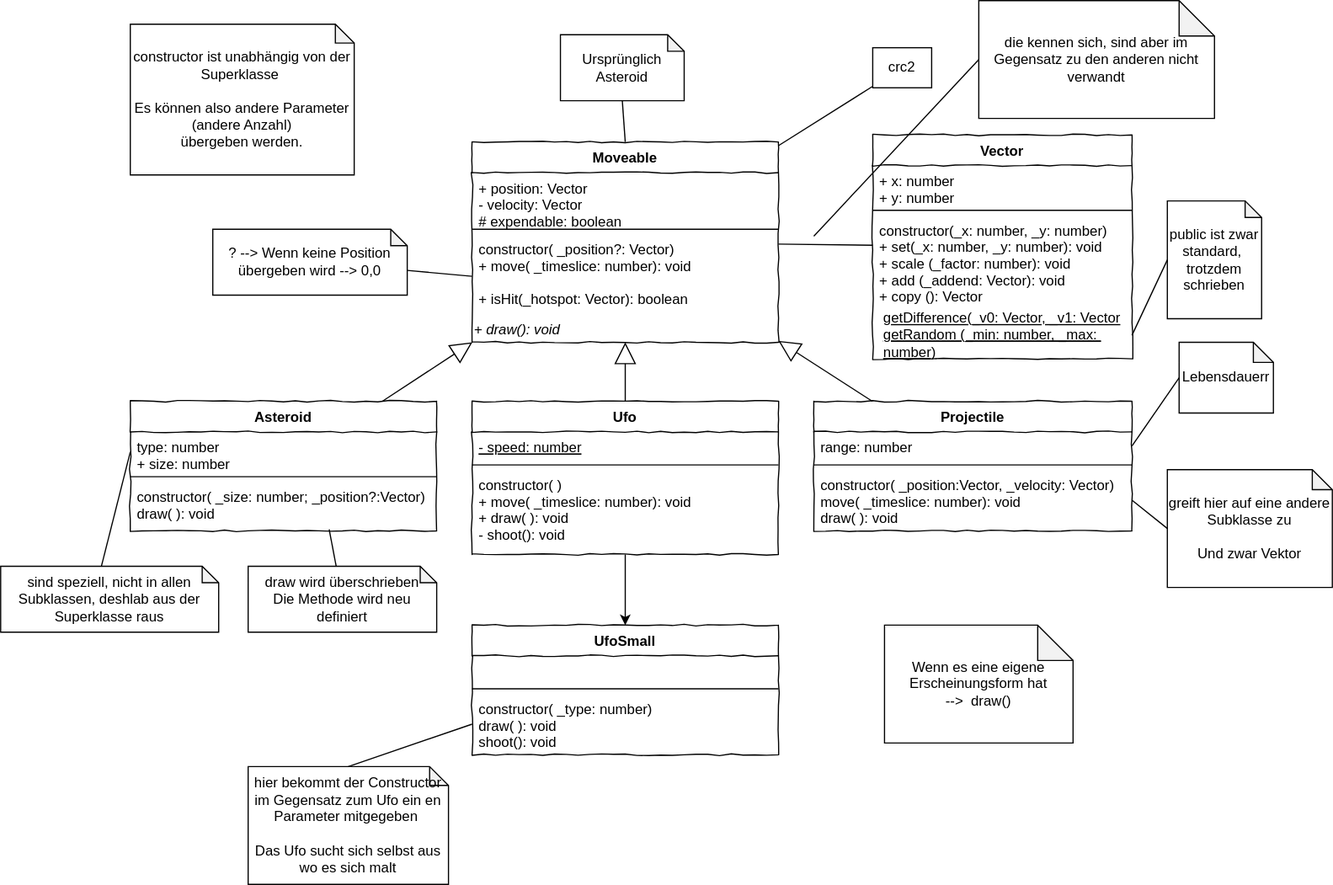
stinglmo/EIA2_SoSe21 keeps this draw.io diagram as Tests zu den Lektionen/L11_Advanced/Material/draw.io/Asteroids_ClassDiagram-2.svg. Above is the earlier version. Source tidied: cells renumbered, new cells last; positions are measured from the earlier drawing's top-left corner, leaving out a move shared by most shapes. The source it was exported from:
```xml
<mxGraphModel>
  <root>
    <mxCell id="0" />
    <mxCell id="1" parent="0" />
    <mxCell id="2" style="rounded=0;jettySize=auto;html=1;endArrow=none;endFill=0;" parent="1" edge="1" source="4" target="9">
      <mxGeometry relative="1" as="geometry" />
    </mxCell>
    <mxCell id="3" style="edgeStyle=none;rounded=0;jettySize=auto;html=1;endArrow=none;endFill=0;" parent="1" edge="1" source="4" target="14">
      <mxGeometry relative="1" as="geometry" />
    </mxCell>
    <mxCell id="4" value="Moveable" style="swimlane;fontStyle=1;align=center;verticalAlign=top;horizontal=1;startSize=26;rounded=0;shadow=0;comic=1;strokeWidth=1;" parent="1" vertex="1">
      <mxGeometry x="400" y="120" width="260" height="170" as="geometry" />
    </mxCell>
    <mxCell id="5" value="+ position: Vector&#10;- velocity: Vector&#10;# expendable: boolean" style="text;strokeColor=none;fillColor=none;align=left;verticalAlign=top;spacingLeft=4;spacingRight=4;overflow=hidden;" parent="4" vertex="1">
      <mxGeometry y="26" width="260" height="44" as="geometry" />
    </mxCell>
    <mxCell id="6" style="line;strokeWidth=1;fillColor=none;align=left;verticalAlign=middle;spacingTop=-1;spacingLeft=3;spacingRight=3;labelPosition=right;" parent="4" vertex="1">
      <mxGeometry y="70" width="260" height="8" as="geometry" />
    </mxCell>
    <mxCell id="7" value="constructor( _position?: Vector)&#10;+ move( _timeslice: number): void&#10;&#10;+ isHit(_hotspot: Vector): boolean" style="text;strokeColor=none;fillColor=none;align=left;verticalAlign=top;spacingLeft=4;spacingRight=4;overflow=hidden;points=[[0,0.5],[1,0.5]];portConstraint=eastwest;" parent="4" vertex="1">
      <mxGeometry y="78" width="260" height="72" as="geometry" />
    </mxCell>
    <mxCell id="8" value="&lt;i&gt;+ draw(): void&lt;/i&gt;" style="text;html=1;strokeColor=none;fillColor=none;align=left;verticalAlign=middle;whiteSpace=wrap;rounded=0;" parent="4" vertex="1">
      <mxGeometry y="150" width="260" height="20" as="geometry" />
    </mxCell>
    <mxCell id="9" value="Vector" style="swimlane;fontStyle=1;align=center;verticalAlign=top;horizontal=1;startSize=26;rounded=0;shadow=0;comic=1;strokeWidth=1;" parent="1" vertex="1">
      <mxGeometry x="740" y="114" width="220" height="190" as="geometry" />
    </mxCell>
    <mxCell id="10" value="+ x: number&#10;+ y: number" style="text;strokeColor=none;fillColor=none;align=left;verticalAlign=top;spacingLeft=4;spacingRight=4;overflow=hidden;" parent="9" vertex="1">
      <mxGeometry y="26" width="220" height="34" as="geometry" />
    </mxCell>
    <mxCell id="11" style="line;strokeWidth=1;fillColor=none;align=left;verticalAlign=middle;spacingTop=-1;spacingLeft=3;spacingRight=3;labelPosition=right;" parent="9" vertex="1">
      <mxGeometry y="60" width="220" height="8" as="geometry" />
    </mxCell>
    <mxCell id="12" value="constructor(_x: number, _y: number)&#10;+ set(_x: number, _y: number): void&#10;+ scale (_factor: number): void&#10;+ add (_addend: Vector): void&#10;+ copy (): Vector&#10;" style="text;strokeColor=none;fillColor=none;align=left;verticalAlign=top;spacingLeft=4;spacingRight=4;overflow=hidden;" parent="9" vertex="1">
      <mxGeometry y="68" width="220" height="82" as="geometry" />
    </mxCell>
    <mxCell id="13" value="&lt;div style=&quot;text-align: left&quot;&gt;&lt;u&gt;getDifference(_v0: Vector, _v1: Vector&lt;/u&gt;&lt;/div&gt;&lt;u&gt;&lt;div style=&quot;text-align: left&quot;&gt;&lt;u&gt;getRandom (_min: number, _max:&amp;nbsp;&lt;/u&gt;&lt;/div&gt;&lt;span&gt;&lt;div style=&quot;text-align: left&quot;&gt;&lt;u&gt;number)&lt;/u&gt;&lt;/div&gt;&lt;/span&gt;&lt;/u&gt;" style="text;html=1;strokeColor=none;fillColor=none;align=center;verticalAlign=middle;whiteSpace=wrap;rounded=0;" parent="9" vertex="1">
      <mxGeometry y="150" width="220" height="40" as="geometry" />
    </mxCell>
    <mxCell id="14" value="crc2" style="rounded=0;whiteSpace=wrap;html=1;" parent="1" vertex="1">
      <mxGeometry x="740" y="40" width="50" height="34" as="geometry" />
    </mxCell>
    <mxCell id="15" value="Asteroid" style="swimlane;fontStyle=1;align=center;verticalAlign=top;horizontal=1;startSize=26;rounded=0;shadow=0;comic=1;strokeWidth=1;" parent="1" vertex="1">
      <mxGeometry x="110" y="340" width="260" height="110" as="geometry" />
    </mxCell>
    <mxCell id="16" value="type: number&#10;+ size: number" style="text;strokeColor=none;fillColor=none;align=left;verticalAlign=top;spacingLeft=4;spacingRight=4;overflow=hidden;points=[[0,0.5],[1,0.5]];portConstraint=eastwest;" parent="15" vertex="1">
      <mxGeometry y="26" width="260" height="34" as="geometry" />
    </mxCell>
    <mxCell id="17" style="line;strokeWidth=1;fillColor=none;align=left;verticalAlign=middle;spacingTop=-1;spacingLeft=3;spacingRight=3;labelPosition=right;" parent="15" vertex="1">
      <mxGeometry y="60" width="260" height="8" as="geometry" />
    </mxCell>
    <mxCell id="18" value="constructor( _size: number; _position?:Vector)&#10;draw( ): void" style="text;strokeColor=none;fillColor=none;align=left;verticalAlign=top;spacingLeft=4;spacingRight=4;overflow=hidden;points=[[0,0.5],[1,0.5]];portConstraint=eastwest;" parent="15" vertex="1">
      <mxGeometry y="68" width="260" height="42" as="geometry" />
    </mxCell>
    <mxCell id="19" style="endArrow=block;endSize=16;endFill=0;html=1;" parent="1" edge="1" source="15" target="4">
      <mxGeometry relative="1" as="geometry" />
    </mxCell>
    <mxCell id="20" style="edgeStyle=orthogonalEdgeStyle;rounded=0;jettySize=auto;html=1;" parent="1" edge="1" source="21" target="25">
      <mxGeometry relative="1" as="geometry" />
    </mxCell>
    <mxCell id="21" value="Ufo" style="swimlane;fontStyle=1;align=center;verticalAlign=top;horizontal=1;startSize=26;rounded=0;shadow=0;comic=1;strokeWidth=1;" parent="1" vertex="1">
      <mxGeometry x="400" y="340" width="260" height="130" as="geometry" />
    </mxCell>
    <mxCell id="22" value="- speed: number" style="text;strokeColor=none;fillColor=none;align=left;verticalAlign=top;spacingLeft=4;spacingRight=4;overflow=hidden;fontStyle=4;" parent="21" vertex="1">
      <mxGeometry y="26" width="260" height="24" as="geometry" />
    </mxCell>
    <mxCell id="23" style="line;strokeWidth=1;fillColor=none;align=left;verticalAlign=middle;spacingTop=-1;spacingLeft=3;spacingRight=3;labelPosition=right;" parent="21" vertex="1">
      <mxGeometry y="50" width="260" height="8" as="geometry" />
    </mxCell>
    <mxCell id="24" value="constructor( )&#10;+ move( _timeslice: number): void&#10;+ draw( ): void&#10;- shoot(): void" style="text;strokeColor=none;fillColor=none;align=left;verticalAlign=top;spacingLeft=4;spacingRight=4;overflow=hidden;" parent="21" vertex="1">
      <mxGeometry y="58" width="260" height="72" as="geometry" />
    </mxCell>
    <mxCell id="25" value="UfoSmall" style="swimlane;fontStyle=1;align=center;verticalAlign=top;horizontal=1;startSize=26;rounded=0;shadow=0;comic=1;strokeWidth=1;" parent="1" vertex="1">
      <mxGeometry x="400" y="530" width="260" height="110" as="geometry" />
    </mxCell>
    <mxCell id="26" value=" " style="text;strokeColor=none;fillColor=none;align=left;verticalAlign=top;spacingLeft=4;spacingRight=4;overflow=hidden;" parent="25" vertex="1">
      <mxGeometry y="26" width="260" height="24" as="geometry" />
    </mxCell>
    <mxCell id="27" style="line;strokeWidth=1;fillColor=none;align=left;verticalAlign=middle;spacingTop=-1;spacingLeft=3;spacingRight=3;labelPosition=right;" parent="25" vertex="1">
      <mxGeometry y="50" width="260" height="8" as="geometry" />
    </mxCell>
    <mxCell id="28" value="constructor( _type: number)&#10;draw( ): void&#10;shoot(): void" style="text;strokeColor=none;fillColor=none;align=left;verticalAlign=top;spacingLeft=4;spacingRight=4;overflow=hidden;points=[[0,0.5],[1,0.5]];portConstraint=eastwest;" parent="25" vertex="1">
      <mxGeometry y="58" width="260" height="52" as="geometry" />
    </mxCell>
    <mxCell id="29" style="endArrow=block;endSize=16;endFill=0;html=1;" parent="1" edge="1" source="21" target="4">
      <mxGeometry relative="1" as="geometry" />
    </mxCell>
    <mxCell id="30" value="Projectile" style="swimlane;fontStyle=1;align=center;verticalAlign=top;horizontal=1;startSize=26;rounded=0;shadow=0;comic=1;strokeWidth=1;" parent="1" vertex="1">
      <mxGeometry x="690" y="340" width="270" height="110" as="geometry" />
    </mxCell>
    <mxCell id="31" value="range: number " style="text;strokeColor=none;fillColor=none;align=left;verticalAlign=top;spacingLeft=4;spacingRight=4;overflow=hidden;points=[[0,0.5],[1,0.5]];portConstraint=eastwest;" parent="30" vertex="1">
      <mxGeometry y="26" width="270" height="24" as="geometry" />
    </mxCell>
    <mxCell id="32" style="line;strokeWidth=1;fillColor=none;align=left;verticalAlign=middle;spacingTop=-1;spacingLeft=3;spacingRight=3;labelPosition=right;" parent="30" vertex="1">
      <mxGeometry y="50" width="270" height="8" as="geometry" />
    </mxCell>
    <mxCell id="33" value="constructor( _position:Vector, _velocity: Vector)&#10;move( _timeslice: number): void&#10;draw( ): void" style="text;strokeColor=none;fillColor=none;align=left;verticalAlign=top;spacingLeft=4;spacingRight=4;overflow=hidden;points=[[0,0.5],[1,0.5]];portConstraint=eastwest;" parent="30" vertex="1">
      <mxGeometry y="58" width="270" height="52" as="geometry" />
    </mxCell>
    <mxCell id="34" style="endArrow=block;endSize=16;endFill=0;html=1;" parent="1" edge="1" source="30" target="4">
      <mxGeometry relative="1" as="geometry" />
    </mxCell>
    <mxCell id="35" value="Ursprünglich&lt;br&gt;Asteroid" style="shape=note;whiteSpace=wrap;html=1;backgroundOutline=1;darkOpacity=0.05;size=14;" parent="1" vertex="1">
      <mxGeometry x="475" y="29" width="105" height="56" as="geometry" />
    </mxCell>
    <mxCell id="36" style="endArrow=none;html=1;entryX=0.5;entryY=1;entryDx=0;entryDy=0;entryPerimeter=0;exitX=0.5;exitY=0;exitDx=0;exitDy=0;" parent="1" edge="1" source="4" target="35">
      <mxGeometry relative="1" as="geometry" />
    </mxCell>
    <mxCell id="37" value="sind speziell, nicht in allen Subklassen, deshlab aus der Superklasse raus" style="shape=note;whiteSpace=wrap;html=1;backgroundOutline=1;darkOpacity=0.05;size=14;" parent="1" vertex="1">
      <mxGeometry y="480" width="185" height="56" as="geometry" />
    </mxCell>
    <mxCell id="38" style="endArrow=none;html=1;entryX=0;entryY=0.5;entryDx=0;entryDy=0;exitX=0;exitY=0;exitDx=85.5;exitDy=0;exitPerimeter=0;" parent="1" edge="1" source="37" target="16">
      <mxGeometry relative="1" as="geometry" />
    </mxCell>
    <mxCell id="39" value="draw wird überschrieben&lt;br&gt;Die Methode wird neu definiert" style="shape=note;whiteSpace=wrap;html=1;backgroundOutline=1;darkOpacity=0.05;size=14;" parent="1" vertex="1">
      <mxGeometry x="210" y="480" width="160" height="56" as="geometry" />
    </mxCell>
    <mxCell id="40" style="endArrow=none;html=1;entryX=0.649;entryY=0.968;entryDx=0;entryDy=0;entryPerimeter=0;" parent="1" edge="1" source="39" target="18">
      <mxGeometry relative="1" as="geometry" />
    </mxCell>
    <mxCell id="41" value="? --&amp;gt; Wenn keine Position übergeben wird --&amp;gt; 0,0" style="shape=note;whiteSpace=wrap;html=1;backgroundOutline=1;darkOpacity=0.05;size=14;" parent="1" vertex="1">
      <mxGeometry x="180" y="194" width="165" height="56" as="geometry" />
    </mxCell>
    <mxCell id="42" style="endArrow=none;html=1;entryX=0;entryY=0.5;entryDx=0;entryDy=0;exitX=0;exitY=0;exitDx=165;exitDy=35;exitPerimeter=0;" parent="1" edge="1" source="41" target="7">
      <mxGeometry relative="1" as="geometry" />
    </mxCell>
    <mxCell id="43" value="constructor ist unabhängig von der Superklasse&amp;nbsp;&lt;br&gt;&lt;br&gt;Es können also andere Parameter (andere Anzahl)&lt;br&gt;übergeben werden." style="shape=note;whiteSpace=wrap;html=1;backgroundOutline=1;darkOpacity=0.05;size=16;" parent="1" vertex="1">
      <mxGeometry x="110" y="20" width="190" height="128" as="geometry" />
    </mxCell>
    <mxCell id="44" value="hier bekommt der Constructor im Gegensatz zum Ufo ein en Parameter mitgegeben&amp;nbsp;&lt;br&gt;&lt;br&gt;Das Ufo sucht sich selbst aus wo es sich malt" style="shape=note;whiteSpace=wrap;html=1;backgroundOutline=1;darkOpacity=0.05;size=16;" parent="1" vertex="1">
      <mxGeometry x="210" y="650" width="170" height="100" as="geometry" />
    </mxCell>
    <mxCell id="45" style="endArrow=none;html=1;entryX=0.5;entryY=0;entryDx=0;entryDy=0;entryPerimeter=0;exitX=0;exitY=0.5;exitDx=0;exitDy=0;" parent="1" edge="1" source="28" target="44">
      <mxGeometry relative="1" as="geometry" />
    </mxCell>
    <mxCell id="46" value="greift hier auf eine andere Subklasse zu&lt;br&gt;&lt;br&gt;Und zwar Vektor" style="shape=note;whiteSpace=wrap;html=1;backgroundOutline=1;darkOpacity=0.05;size=17;" parent="1" vertex="1">
      <mxGeometry x="990" y="398" width="140" height="100" as="geometry" />
    </mxCell>
    <mxCell id="47" style="endArrow=none;html=1;entryX=0;entryY=0.5;entryDx=0;entryDy=0;entryPerimeter=0;exitX=1;exitY=0.5;exitDx=0;exitDy=0;" parent="1" edge="1" source="33" target="46">
      <mxGeometry relative="1" as="geometry" />
    </mxCell>
    <mxCell id="48" value="Wenn es eine eigene Erscheinungsform hat&lt;br&gt;--&amp;gt;&amp;nbsp; draw()" style="shape=note;whiteSpace=wrap;html=1;backgroundOutline=1;darkOpacity=0.05;" parent="1" vertex="1">
      <mxGeometry x="750" y="530" width="160" height="100" as="geometry" />
    </mxCell>
    <mxCell id="49" value="Lebensdauerr" style="shape=note;whiteSpace=wrap;html=1;backgroundOutline=1;darkOpacity=0.05;size=17;" parent="1" vertex="1">
      <mxGeometry x="1000" y="290" width="80" height="60" as="geometry" />
    </mxCell>
    <mxCell id="50" style="endArrow=none;html=1;entryX=0;entryY=0.5;entryDx=0;entryDy=0;entryPerimeter=0;exitX=1;exitY=0.5;exitDx=0;exitDy=0;" parent="1" edge="1" source="31" target="49">
      <mxGeometry relative="1" as="geometry" />
    </mxCell>
    <mxCell id="51" value="die kennen sich, sind aber im Gegensatz zu den anderen nicht verwandt" style="shape=note;whiteSpace=wrap;html=1;backgroundOutline=1;darkOpacity=0.05;" parent="1" vertex="1">
      <mxGeometry x="830" width="200" height="100" as="geometry" />
    </mxCell>
    <mxCell id="52" style="endArrow=none;html=1;entryX=0;entryY=0.5;entryDx=0;entryDy=0;entryPerimeter=0;" parent="1" edge="1" target="51">
      <mxGeometry relative="1" as="geometry">
        <mxPoint x="690" y="200" as="sourcePoint" />
      </mxGeometry>
    </mxCell>
    <mxCell id="53" value="public ist zwar standard,&amp;nbsp;&lt;br&gt;trotzdem schrieben" style="shape=note;whiteSpace=wrap;html=1;backgroundOutline=1;darkOpacity=0.05;size=14;" parent="1" vertex="1">
      <mxGeometry x="990" y="170" width="80" height="100" as="geometry" />
    </mxCell>
    <mxCell id="54" style="endArrow=none;html=1;entryX=0;entryY=0.5;entryDx=0;entryDy=0;entryPerimeter=0;exitX=1;exitY=0.5;exitDx=0;exitDy=0;" parent="1" edge="1" source="13" target="53">
      <mxGeometry relative="1" as="geometry" />
    </mxCell>
  </root>
</mxGraphModel>
```
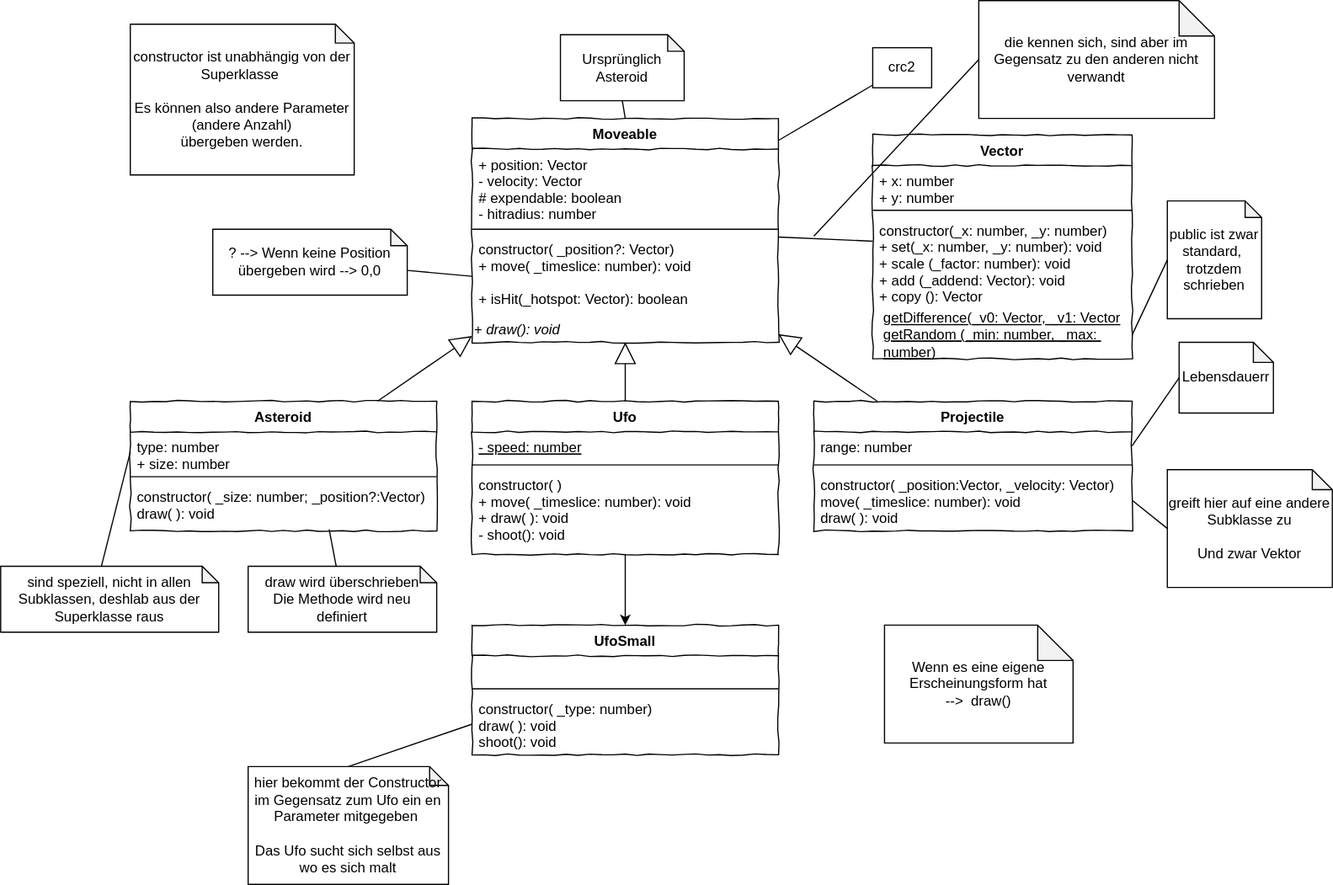
The same diagram one commit later.

Diff of the diagram source:
```diff
@@ -9,19 +9,19 @@
       <mxGeometry relative="1" as="geometry" />
     </mxCell>
     <mxCell id="4" value="Moveable" style="swimlane;fontStyle=1;align=center;verticalAlign=top;horizontal=1;startSize=26;rounded=0;shadow=0;comic=1;strokeWidth=1;" parent="1" vertex="1">
-      <mxGeometry x="400" y="120" width="260" height="170" as="geometry" />
+      <mxGeometry x="400" y="100" width="260" height="190" as="geometry" />
     </mxCell>
-    <mxCell id="5" value="+ position: Vector&#10;- velocity: Vector&#10;# expendable: boolean" style="text;strokeColor=none;fillColor=none;align=left;verticalAlign=top;spacingLeft=4;spacingRight=4;overflow=hidden;" parent="4" vertex="1">
-      <mxGeometry y="26" width="260" height="44" as="geometry" />
+    <mxCell id="5" value="+ position: Vector&#10;- velocity: Vector&#10;# expendable: boolean&#10;- hitradius: number" style="text;strokeColor=none;fillColor=none;align=left;verticalAlign=top;spacingLeft=4;spacingRight=4;overflow=hidden;" parent="4" vertex="1">
+      <mxGeometry y="26" width="260" height="64" as="geometry" />
     </mxCell>
     <mxCell id="6" style="line;strokeWidth=1;fillColor=none;align=left;verticalAlign=middle;spacingTop=-1;spacingLeft=3;spacingRight=3;labelPosition=right;" parent="4" vertex="1">
-      <mxGeometry y="70" width="260" height="8" as="geometry" />
+      <mxGeometry y="90" width="260" height="8" as="geometry" />
     </mxCell>
     <mxCell id="7" value="constructor( _position?: Vector)&#10;+ move( _timeslice: number): void&#10;&#10;+ isHit(_hotspot: Vector): boolean" style="text;strokeColor=none;fillColor=none;align=left;verticalAlign=top;spacingLeft=4;spacingRight=4;overflow=hidden;points=[[0,0.5],[1,0.5]];portConstraint=eastwest;" parent="4" vertex="1">
-      <mxGeometry y="78" width="260" height="72" as="geometry" />
+      <mxGeometry y="98" width="260" height="72" as="geometry" />
     </mxCell>
     <mxCell id="8" value="&lt;i&gt;+ draw(): void&lt;/i&gt;" style="text;html=1;strokeColor=none;fillColor=none;align=left;verticalAlign=middle;whiteSpace=wrap;rounded=0;" parent="4" vertex="1">
-      <mxGeometry y="150" width="260" height="20" as="geometry" />
+      <mxGeometry y="170" width="260" height="20" as="geometry" />
     </mxCell>
     <mxCell id="9" value="Vector" style="swimlane;fontStyle=1;align=center;verticalAlign=top;horizontal=1;startSize=26;rounded=0;shadow=0;comic=1;strokeWidth=1;" parent="1" vertex="1">
       <mxGeometry x="740" y="114" width="220" height="190" as="geometry" />
```
